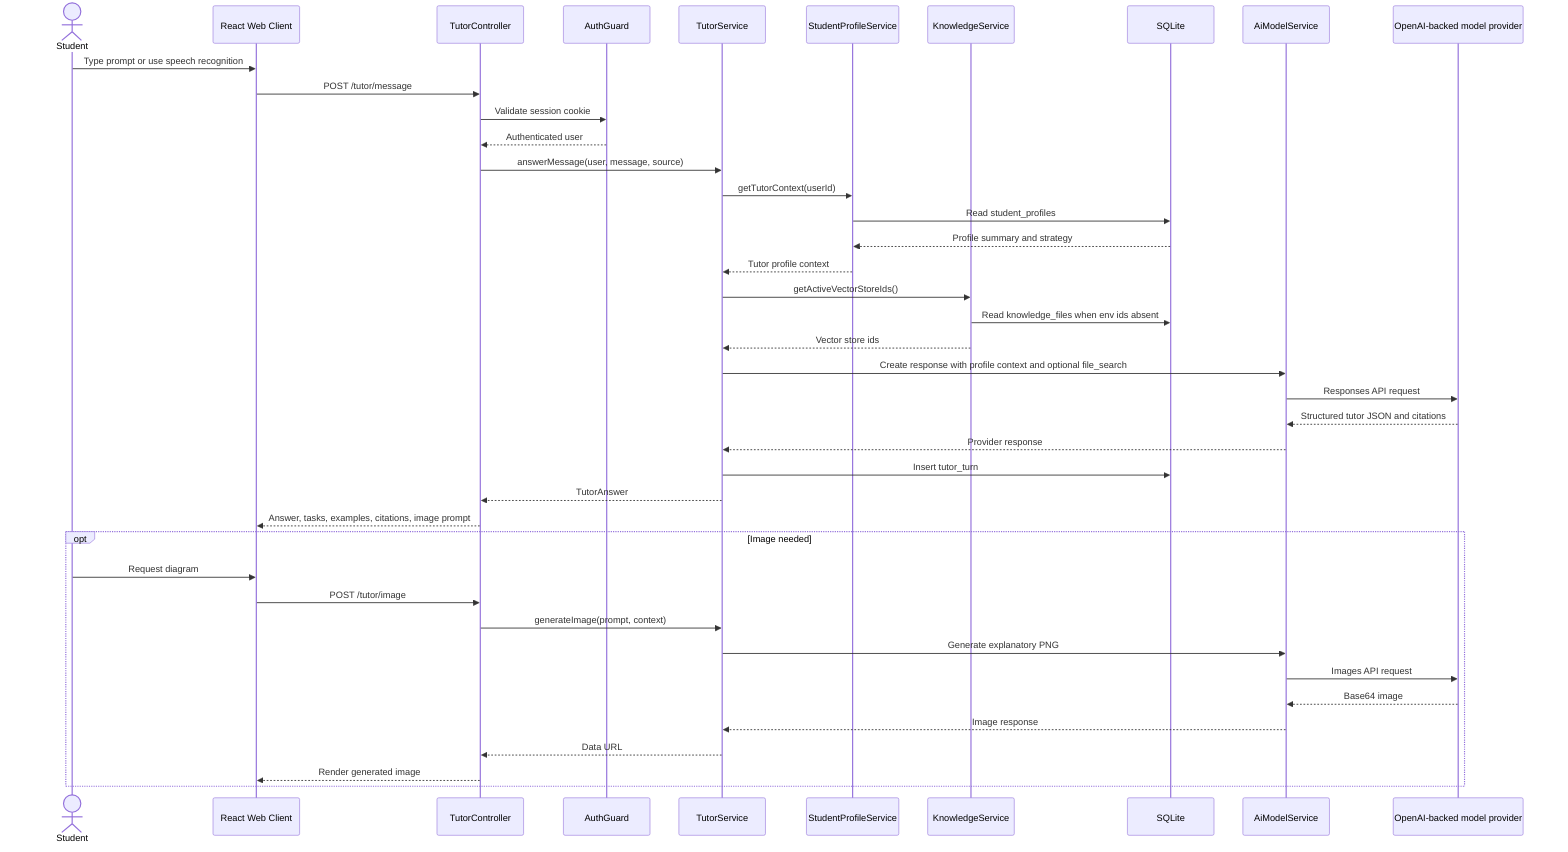
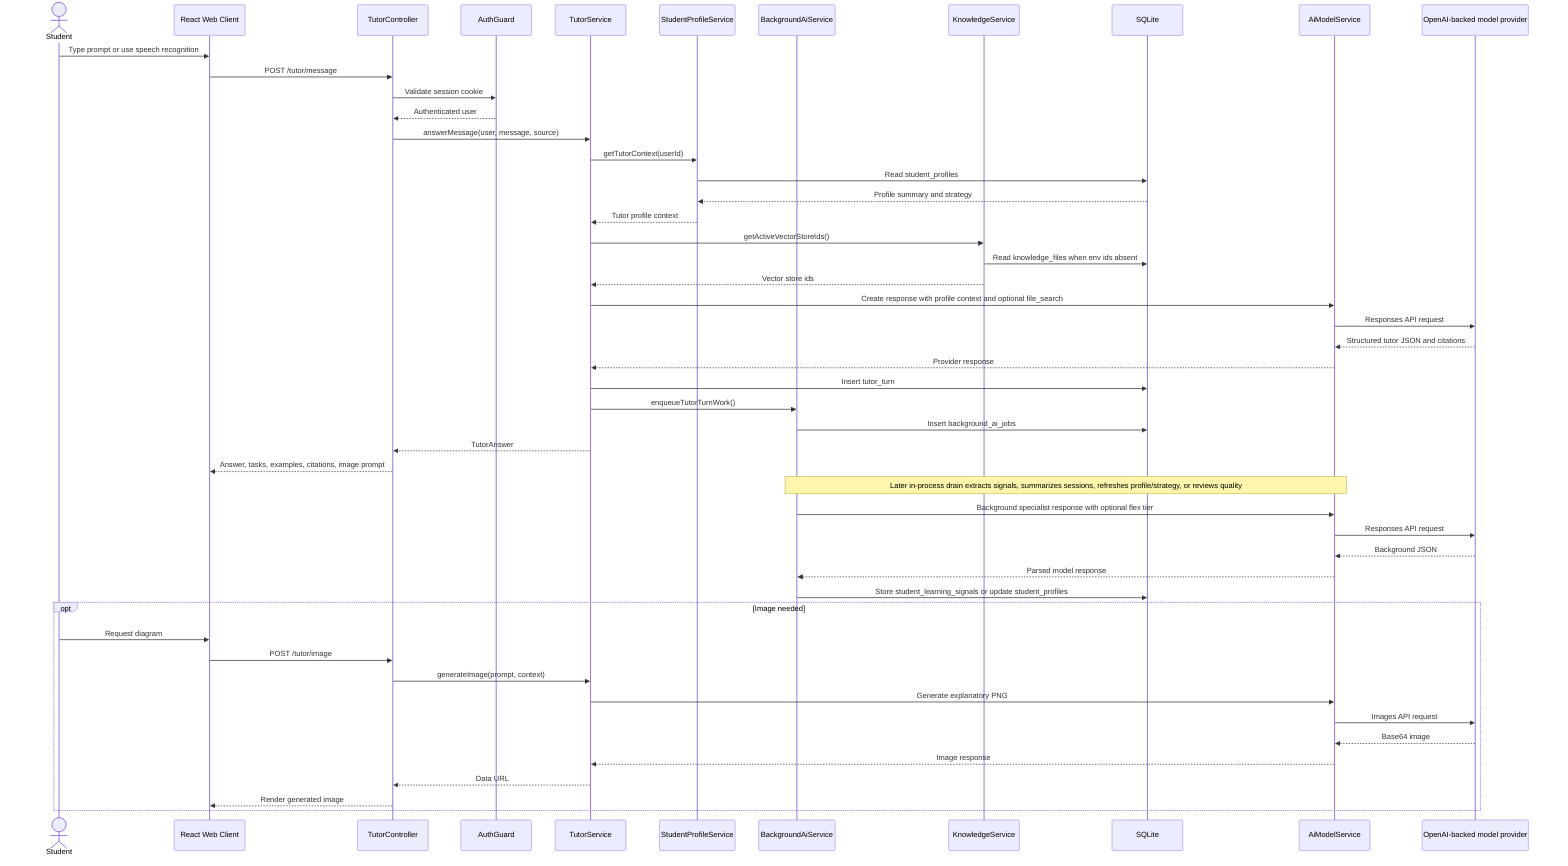
sequenceDiagram
  actor Student
  participant Web as React Web Client
  participant API as TutorController
  participant Auth as AuthGuard
  participant Tutor as TutorService
  participant Profile as StudentProfileService
+   participant Background as BackgroundAiService
  participant Knowledge as KnowledgeService
  participant DB as SQLite
  participant AIModel as AiModelService
  participant OpenAI as OpenAI-backed model provider

  Student->>Web: Type prompt or use speech recognition
  Web->>API: POST /tutor/message
  API->>Auth: Validate session cookie
  Auth-->>API: Authenticated user
  API->>Tutor: answerMessage(user, message, source)
  Tutor->>Profile: getTutorContext(userId)
  Profile->>DB: Read student_profiles
  DB-->>Profile: Profile summary and strategy
  Profile-->>Tutor: Tutor profile context
  Tutor->>Knowledge: getActiveVectorStoreIds()
  Knowledge->>DB: Read knowledge_files when env ids absent
  Knowledge-->>Tutor: Vector store ids
  Tutor->>AIModel: Create response with profile context and optional file_search
  AIModel->>OpenAI: Responses API request
  OpenAI-->>AIModel: Structured tutor JSON and citations
  AIModel-->>Tutor: Provider response
  Tutor->>DB: Insert tutor_turn
+   Tutor->>Background: enqueueTutorTurnWork()
+   Background->>DB: Insert background_ai_jobs
  Tutor-->>API: TutorAnswer
  API-->>Web: Answer, tasks, examples, citations, image prompt
+   Note over Background,AIModel: Later in-process drain extracts signals, summarizes sessions, refreshes profile/strategy, or reviews quality
+   Background->>AIModel: Background specialist response with optional flex tier
+   AIModel->>OpenAI: Responses API request
+   OpenAI-->>AIModel: Background JSON
+   AIModel-->>Background: Parsed model response
+   Background->>DB: Store student_learning_signals or update student_profiles
  opt Image needed
    Student->>Web: Request diagram
    Web->>API: POST /tutor/image
    API->>Tutor: generateImage(prompt, context)
    Tutor->>AIModel: Generate explanatory PNG
    AIModel->>OpenAI: Images API request
    OpenAI-->>AIModel: Base64 image
    AIModel-->>Tutor: Image response
    Tutor-->>API: Data URL
    API-->>Web: Render generated image
  end
